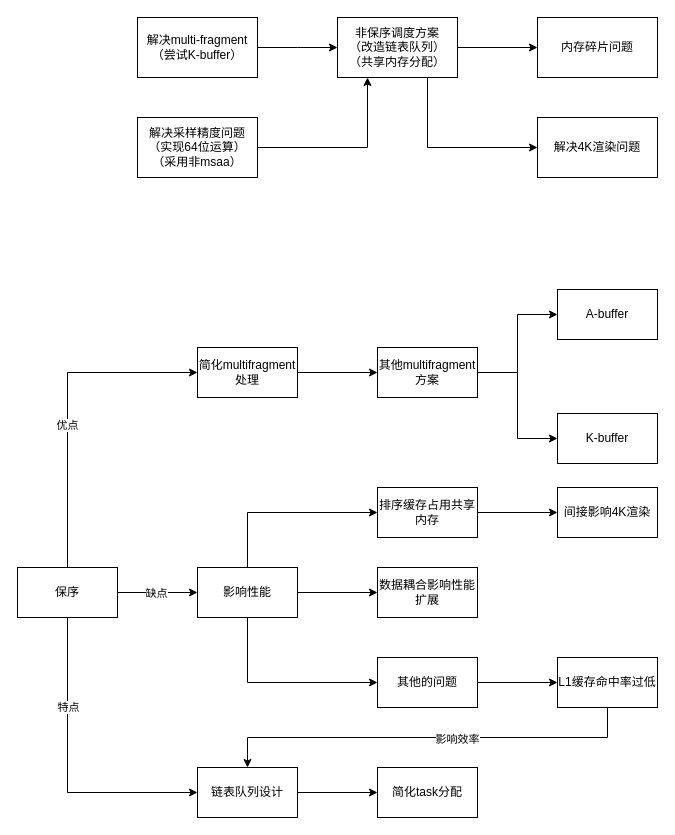
spaceboy202105/img keeps this draw.io diagram as weekly20240629.drawio. Above is the earlier version. Source tidied: cells renumbered, new cells numbered last; positions are measured from the earlier drawing's top-left corner, leaving out a move shared by most shapes. Both pictures are drawn from the tidied source at 100%, with x=0, y=0 at pixel (17, 17).
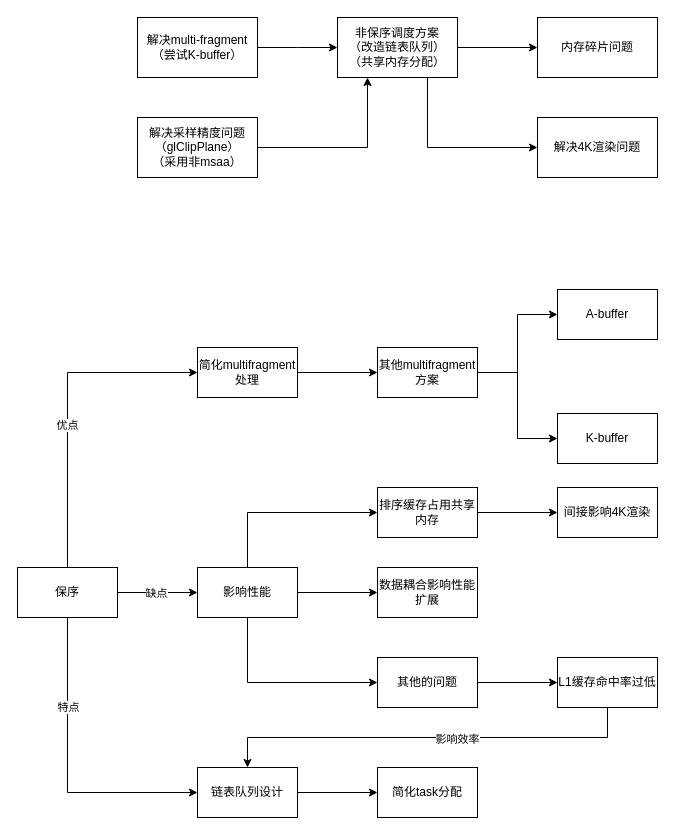
The same page after the edit.

The edit, as a diff of the source:
```diff
@@
-    <mxCell id="38" value="解决采样精度问题&lt;div&gt;（实现64位运算）&lt;/div&gt;&lt;div&gt;（采用非msaa）&lt;/div&gt;" style="rounded=0;whiteSpace=wrap;html=1;" parent="1" vertex="1">
+    <mxCell id="38" value="解决采样精度问题&lt;br&gt;&lt;div&gt;&lt;span style=&quot;background-color: initial;&quot;&gt;（glClipPlane）&lt;/span&gt;&lt;/div&gt;&lt;div&gt;&lt;span style=&quot;background-color: initial;&quot;&gt;（采用非msaa）&lt;/span&gt;&lt;br&gt;&lt;/div&gt;" style="rounded=0;whiteSpace=wrap;html=1;" parent="1" vertex="1">
       <mxGeometry x="120" y="100" width="120" height="60" as="geometry" />
     </mxCell>
```
